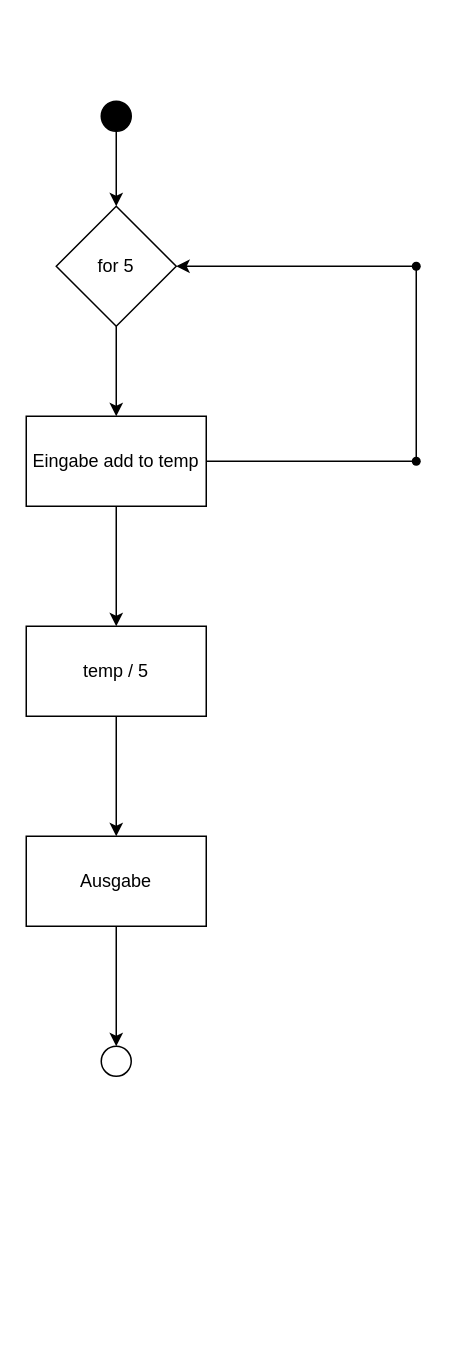
This is src/_4_Schleifen/DurchschnittsTemperatur.drawio from byte-jn/school-project1, a draw.io file, before an edit. Source tidied: cells renumbered, new cells numbered last; positions are measured from the earlier drawing's top-left corner, leaving out a move shared by most shapes. Both pictures are drawn from the tidied source at 150%, with x=0, y=0 at pixel (26, 100).
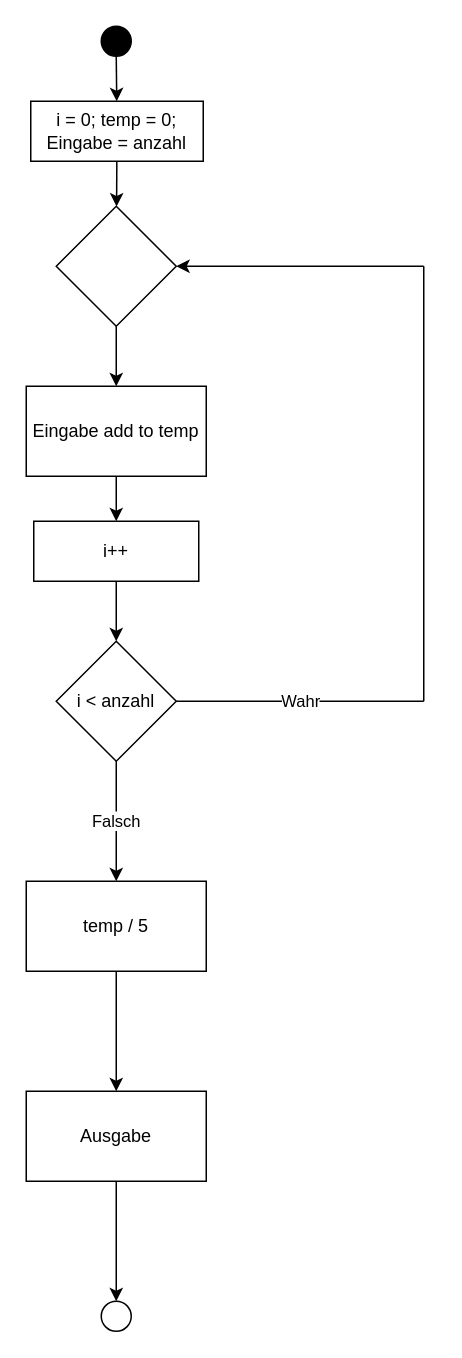
The same diagram, later.

Commit message:
Update diagram in DurchschnittsTemperatur.drawio to reflect changes in temperature calculation flow

Change to the diagram source:
```diff
@@
-    <mxCell id="2" style="edgeStyle=none;html=1;" parent="1" edge="1" source="4">
-      <mxGeometry relative="1" as="geometry">
-        <mxPoint x="60" y="350" as="targetPoint" />
-      </mxGeometry>
-    </mxCell>
-    <mxCell id="3" style="edgeStyle=none;html=1;endArrow=none;endFill=0;" parent="1" edge="1" source="4" target="15">
-      <mxGeometry relative="1" as="geometry" />
-    </mxCell>
+    <mxCell id="18" style="edgeStyle=none;html=1;" parent="1" edge="1" source="4" target="24">
+      <mxGeometry relative="1" as="geometry" />
+    </mxCell>
     <mxCell id="4" value="Eingabe add to temp" style="rounded=0;whiteSpace=wrap;html=1;" parent="1" vertex="1">
-      <mxGeometry y="210" width="120" height="60" as="geometry" />
+      <mxGeometry y="190" width="120" height="60" as="geometry" />
     </mxCell>
@@
-    <mxCell id="6" style="edgeStyle=none;html=1;" parent="1" edge="1" source="7" target="13">
-      <mxGeometry relative="1" as="geometry" />
-    </mxCell>
+    <mxCell id="19" style="edgeStyle=none;html=1;" parent="1" edge="1" source="7" target="26">
+      <mxGeometry relative="1" as="geometry" />
+    </mxCell>
     <mxCell id="7" style="ellipse;whiteSpace=wrap;html=1;fillColor=#000000;" parent="1" vertex="1">
-      <mxGeometry x="50" width="20" height="20" as="geometry" />
+      <mxGeometry x="50" y="-50" width="20" height="20" as="geometry" />
     </mxCell>
@@
     <mxCell id="9" value="temp / 5" style="rounded=0;whiteSpace=wrap;html=1;" parent="1" vertex="1">
-      <mxGeometry y="350" width="120" height="60" as="geometry" />
+      <mxGeometry y="520" width="120" height="60" as="geometry" />
     </mxCell>
@@
     <mxCell id="11" value="Ausgabe" style="whiteSpace=wrap;html=1;rounded=0;" parent="1" vertex="1">
-      <mxGeometry y="490" width="120" height="60" as="geometry" />
+      <mxGeometry y="660" width="120" height="60" as="geometry" />
     </mxCell>
     <mxCell id="12" style="ellipse;whiteSpace=wrap;html=1;rounded=0;" parent="1" vertex="1">
-      <mxGeometry x="50" y="630" width="20" height="20" as="geometry" />
+      <mxGeometry x="50" y="800" width="20" height="20" as="geometry" />
     </mxCell>
-    <mxCell id="13" value="for 5" style="rhombus;whiteSpace=wrap;html=1;fillColor=default;" parent="1" vertex="1">
+    <mxCell id="13" style="rhombus;whiteSpace=wrap;html=1;fillColor=default;" parent="1" vertex="1">
       <mxGeometry x="20" y="70" width="80" height="80" as="geometry" />
     </mxCell>
-    <mxCell id="14" style="edgeStyle=none;html=1;endArrow=none;endFill=0;" parent="1" edge="1" source="15" target="17">
-      <mxGeometry relative="1" as="geometry" />
+    <mxCell id="14" style="edgeStyle=none;html=1;endArrow=none;endFill=0;" parent="1" edge="1">
+      <mxGeometry relative="1" as="geometry">
+        <mxPoint x="265" y="400" as="sourcePoint" />
+        <mxPoint x="265" y="110" as="targetPoint" />
+      </mxGeometry>
     </mxCell>
-    <mxCell id="15" style="shape=waypoint;sketch=0;size=6;points=[];fillColor=default;perimeter=centerPerimeter;snapToPoint=1;rounded=0;" parent="1" vertex="1">
-      <mxGeometry x="250" y="230" width="20" height="20" as="geometry" />
-    </mxCell>
-    <mxCell id="16" style="edgeStyle=none;html=1;entryX=1;entryY=0.5;entryDx=0;entryDy=0;" parent="1" edge="1" source="17" target="13">
-      <mxGeometry relative="1" as="geometry" />
+    <mxCell id="16" style="edgeStyle=none;html=1;entryX=1;entryY=0.5;entryDx=0;entryDy=0;" parent="1" edge="1" target="13">
+      <mxGeometry relative="1" as="geometry">
+        <mxPoint x="265" y="110" as="sourcePoint" />
+      </mxGeometry>
     </mxCell>
-    <mxCell id="17" style="shape=waypoint;sketch=0;size=6;points=[];fillColor=default;perimeter=centerPerimeter;snapToPoint=1;rounded=0;" parent="1" vertex="1">
-      <mxGeometry x="250" y="100" width="20" height="20" as="geometry" />
-    </mxCell>
+    <mxCell id="20" value="Wahr" style="edgeStyle=none;html=1;endArrow=none;endFill=0;" parent="1" edge="1" source="22">
+      <mxGeometry relative="1" as="geometry">
+        <mxPoint x="265" y="400" as="targetPoint" />
+      </mxGeometry>
+    </mxCell>
+    <mxCell id="21" value="Falsch" style="edgeStyle=none;html=1;" parent="1" edge="1" source="22" target="9">
+      <mxGeometry relative="1" as="geometry" />
+    </mxCell>
+    <mxCell id="22" value="i &amp;lt; anzahl" style="rhombus;whiteSpace=wrap;html=1;rounded=0;" parent="1" vertex="1">
+      <mxGeometry x="20" y="360" width="80" height="80" as="geometry" />
+    </mxCell>
+    <mxCell id="23" style="edgeStyle=none;html=1;" parent="1" edge="1" source="24" target="22">
+      <mxGeometry relative="1" as="geometry" />
+    </mxCell>
+    <mxCell id="24" value="i++" style="rounded=0;whiteSpace=wrap;html=1;" parent="1" vertex="1">
+      <mxGeometry x="5" y="280" width="110" height="40" as="geometry" />
+    </mxCell>
+    <mxCell id="25" style="edgeStyle=none;html=1;" parent="1" edge="1" source="26" target="13">
+      <mxGeometry relative="1" as="geometry" />
+    </mxCell>
+    <mxCell id="26" value="i = 0; temp = 0; Eingabe = anzahl" style="rounded=0;whiteSpace=wrap;html=1;" parent="1" vertex="1">
+      <mxGeometry x="3" width="115" height="40" as="geometry" />
+    </mxCell>
```
